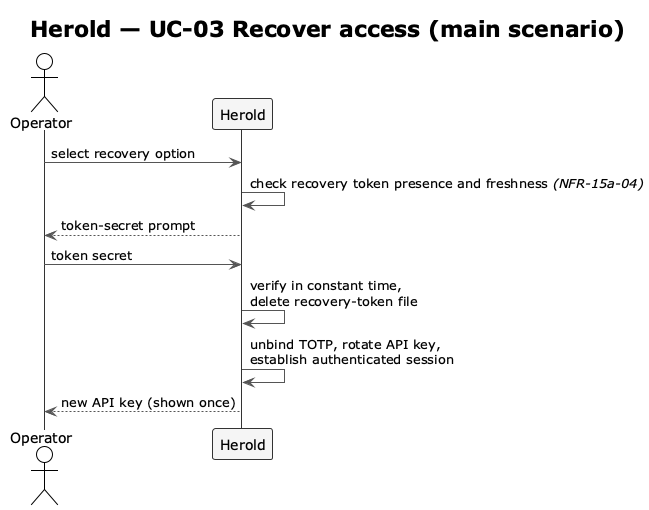
The PlantUML diagram docs/spec/diagrams-png/f2-uc03-recover-access.png in carstenlucke/herold, before a commit. Source of this version:
```plantuml
@startuml f2-uc03-recover-access
!theme plain
skinparam shadowing false
skinparam ArrowColor #555555
skinparam SequenceLifeLineBorderColor #333333
skinparam SequenceParticipantBorderColor #333333
skinparam SequenceParticipantBackgroundColor #F5F5F5
skinparam SequenceReferenceBackgroundColor #F0E8FF
skinparam SequenceGroupBodyBackgroundColor transparent

title Herold — UC-03 Recover access (main scenario)

actor    "Operator" as OP
participant "Herold"  as SYS

OP  ->  SYS : select recovery option
SYS ->  SYS : check recovery token presence and freshness //(NFR-15a-04)//
SYS --> OP  : token-secret prompt

OP  ->  SYS : token secret
SYS ->  SYS : verify in constant time,\ndelete recovery-token file
SYS ->  SYS : unbind TOTP, rotate API key,\nestablish authenticated session
SYS --> OP  : new API key (shown once)

@enduml
```
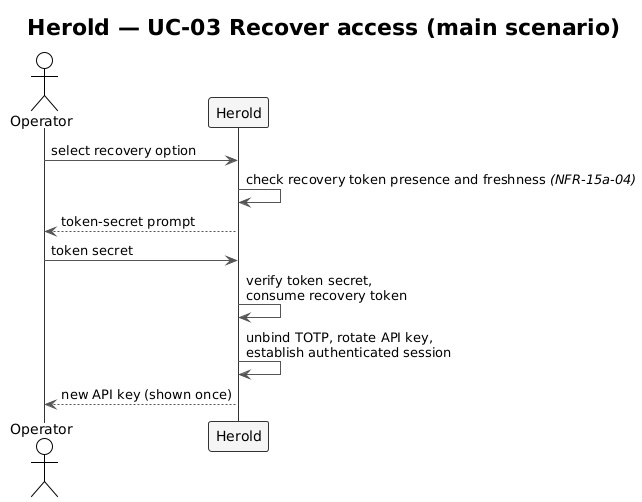
The same file after the commit.

The edit, as a diff of the source:
```diff
@@ -18,7 +18,7 @@
 SYS --> OP  : token-secret prompt
 
 OP  ->  SYS : token secret
-SYS ->  SYS : verify in constant time,\ndelete recovery-token file
+SYS ->  SYS : verify token secret,\nconsume recovery token
 SYS ->  SYS : unbind TOTP, rotate API key,\nestablish authenticated session
 SYS --> OP  : new API key (shown once)
 
```
